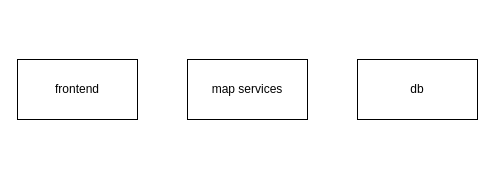
Earlier version of the draw.io diagram prge_01_ms/Diagram bez tytułu.drawio (Mateusz10099/prge_01_m-). Source tidied: cells renumbered, new cells numbered last; positions are measured from the earlier drawing's top-left corner, leaving out a move shared by most shapes. Both pictures are drawn from the tidied source at 100%, with x=0, y=0 at pixel (17, 59).
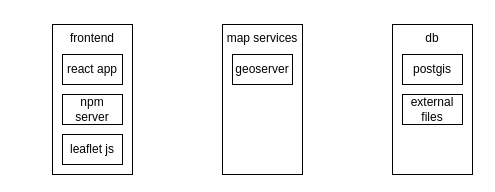
Above is the later version.

Change to the diagram source:
```diff
@@
 <mxGraphModel>
   <root>
     <mxCell id="0" />
     <mxCell id="1" parent="0" />
+    <mxCell id="5" style="edgeStyle=orthogonalEdgeStyle;rounded=0;orthogonalLoop=1;jettySize=auto;html=1;exitX=0;exitY=0;exitDx=0;exitDy=0;entryX=0;entryY=0;entryDx=0;entryDy=0;" parent="1" edge="1" source="2" target="2">
+      <mxGeometry relative="1" as="geometry" />
+    </mxCell>
-    <mxCell id="2" value="frontend" style="rounded=0;whiteSpace=wrap;html=1;" parent="1" vertex="1">
-      <mxGeometry width="120" height="60" as="geometry" />
+    <mxCell id="2" value="frontend" style="rounded=0;whiteSpace=wrap;html=1;horizontal=0;verticalAlign=top;rotation=90;" parent="1" vertex="1">
+      <mxGeometry width="150" height="80" as="geometry" />
     </mxCell>
-    <mxCell id="3" value="map services" style="rounded=0;whiteSpace=wrap;html=1;" parent="1" vertex="1">
-      <mxGeometry x="170" width="120" height="60" as="geometry" />
+    <mxCell id="3" value="map services" style="rounded=0;whiteSpace=wrap;html=1;horizontal=0;verticalAlign=top;rotation=90;" parent="1" vertex="1">
+      <mxGeometry x="170" width="150" height="80" as="geometry" />
     </mxCell>
-    <mxCell id="4" value="db" style="rounded=0;whiteSpace=wrap;html=1;" parent="1" vertex="1">
-      <mxGeometry x="340" width="120" height="60" as="geometry" />
+    <mxCell id="4" value="db" style="rounded=0;whiteSpace=wrap;html=1;horizontal=0;verticalAlign=top;rotation=90;" parent="1" vertex="1">
+      <mxGeometry x="340" width="150" height="80" as="geometry" />
     </mxCell>
+    <mxCell id="6" value="react app" style="rounded=0;whiteSpace=wrap;html=1;" parent="1" vertex="1">
+      <mxGeometry x="45" y="-5" width="60" height="30" as="geometry" />
+    </mxCell>
+    <mxCell id="7" value="npm server" style="rounded=0;whiteSpace=wrap;html=1;" parent="1" vertex="1">
+      <mxGeometry x="45" y="35" width="60" height="30" as="geometry" />
+    </mxCell>
+    <mxCell id="8" value="leaflet js" style="rounded=0;whiteSpace=wrap;html=1;" parent="1" vertex="1">
+      <mxGeometry x="45" y="75" width="60" height="30" as="geometry" />
+    </mxCell>
+    <mxCell id="9" value="geoserver" style="rounded=0;whiteSpace=wrap;html=1;" parent="1" vertex="1">
+      <mxGeometry x="215" y="-5" width="60" height="30" as="geometry" />
+    </mxCell>
+    <mxCell id="10" value="postgis" style="rounded=0;whiteSpace=wrap;html=1;" parent="1" vertex="1">
+      <mxGeometry x="385" y="-5" width="60" height="30" as="geometry" />
+    </mxCell>
+    <mxCell id="11" value="external files" style="rounded=0;whiteSpace=wrap;html=1;" parent="1" vertex="1">
+      <mxGeometry x="385" y="35" width="60" height="30" as="geometry" />
+    </mxCell>
   </root>
 </mxGraphModel>
```
